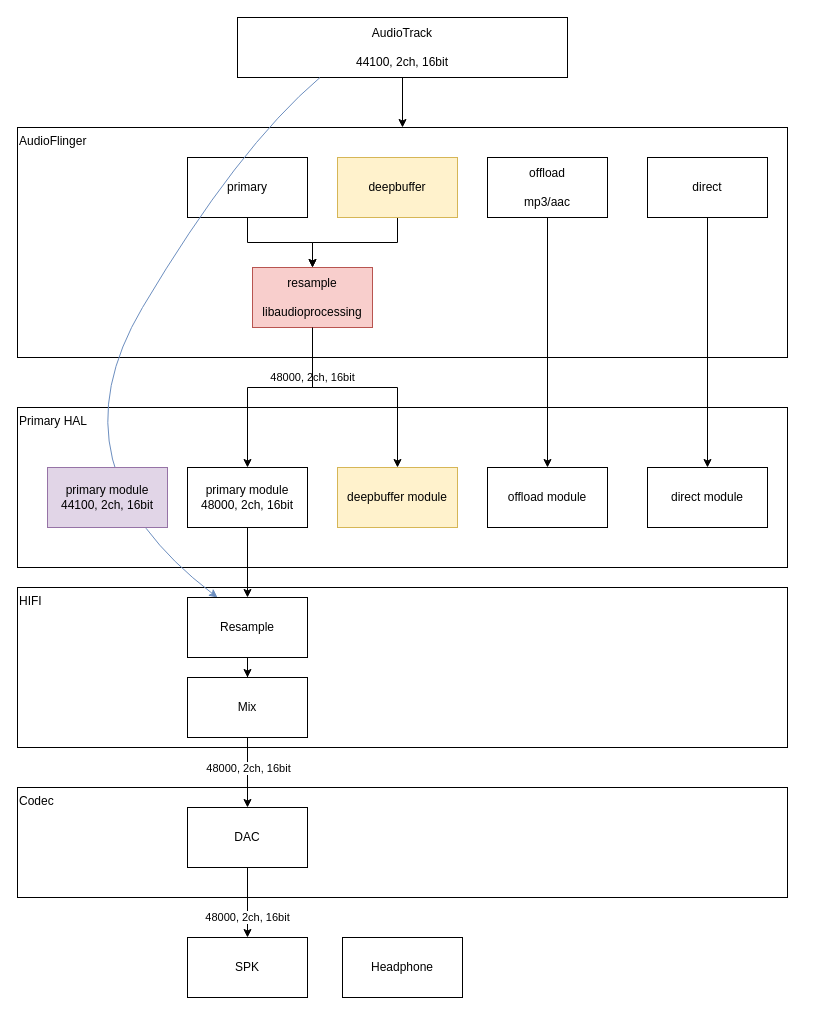
Earlier version of the draw.io diagram page "audio_resample" (2 of 3) of design.drawio (ccfriend/av_lab). Source tidied: cells renumbered, new cells numbered last; positions are measured from the earlier drawing's top-left corner, leaving out a move shared by most shapes. Both pictures are drawn from the tidied source at 100%, with x=0, y=0 at pixel (17, 17).
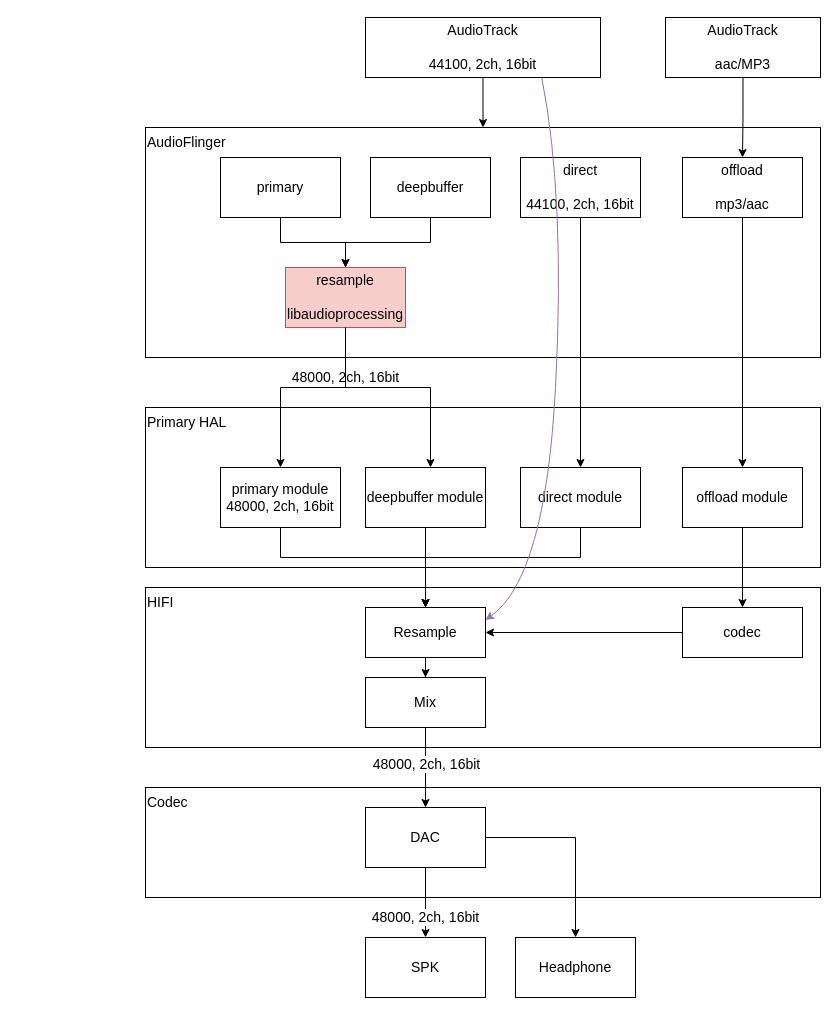
After the change.

The edit, as a diff of the source:
```diff
@@
-    <mxCell id="2" value="Codec" style="rounded=0;whiteSpace=wrap;html=1;align=left;verticalAlign=top;" parent="1" vertex="1">
-      <mxGeometry y="770" width="770" height="110" as="geometry" />
+    <mxCell id="2" value="Codec" style="rounded=0;whiteSpace=wrap;html=1;align=left;verticalAlign=top;fontSize=14;" parent="1" vertex="1">
+      <mxGeometry x="128" y="770" width="675" height="110" as="geometry" />
     </mxCell>
-    <mxCell id="3" value="HIFI" style="rounded=0;whiteSpace=wrap;html=1;align=left;verticalAlign=top;" parent="1" vertex="1">
-      <mxGeometry y="570" width="770" height="160" as="geometry" />
+    <mxCell id="3" value="HIFI" style="rounded=0;whiteSpace=wrap;html=1;align=left;verticalAlign=top;fontSize=14;" parent="1" vertex="1">
+      <mxGeometry x="128" y="570" width="675" height="160" as="geometry" />
     </mxCell>
-    <mxCell id="4" value="Primary HAL" style="rounded=0;whiteSpace=wrap;html=1;align=left;verticalAlign=top;" parent="1" vertex="1">
-      <mxGeometry y="390" width="770" height="160" as="geometry" />
+    <mxCell id="4" value="Primary HAL" style="rounded=0;whiteSpace=wrap;html=1;align=left;verticalAlign=top;fontSize=14;" parent="1" vertex="1">
+      <mxGeometry x="128" y="390" width="675" height="160" as="geometry" />
     </mxCell>
-    <mxCell id="5" value="AudioFlinger" style="rounded=0;whiteSpace=wrap;html=1;align=left;verticalAlign=top;" parent="1" vertex="1">
-      <mxGeometry y="110" width="770" height="230" as="geometry" />
+    <mxCell id="5" value="AudioFlinger" style="rounded=0;whiteSpace=wrap;html=1;align=left;verticalAlign=top;fontSize=14;" parent="1" vertex="1">
+      <mxGeometry x="128" y="110" width="675" height="230" as="geometry" />
     </mxCell>
-    <mxCell id="6" style="edgeStyle=orthogonalEdgeStyle;rounded=0;jettySize=auto;html=1;" parent="1" edge="1" source="7" target="19">
+    <mxCell id="6" style="edgeStyle=orthogonalEdgeStyle;rounded=0;jettySize=auto;html=1;fontSize=14;" parent="1" edge="1" source="7" target="19">
       <mxGeometry relative="1" as="geometry" />
     </mxCell>
-    <mxCell id="7" value="primary" style="rounded=0;whiteSpace=wrap;html=1;" parent="1" vertex="1">
-      <mxGeometry x="170" y="140" width="120" height="60" as="geometry" />
+    <mxCell id="7" value="primary" style="rounded=0;whiteSpace=wrap;html=1;fontSize=14;" parent="1" vertex="1">
+      <mxGeometry x="203" y="140" width="120" height="60" as="geometry" />
     </mxCell>
-    <mxCell id="8" style="edgeStyle=orthogonalEdgeStyle;rounded=0;jettySize=auto;html=1;entryX=0.5;entryY=0;entryDx=0;entryDy=0;" parent="1" edge="1" source="9" target="19">
+    <mxCell id="8" style="edgeStyle=orthogonalEdgeStyle;rounded=0;jettySize=auto;html=1;entryX=0.5;entryY=0;entryDx=0;entryDy=0;fontSize=14;" parent="1" edge="1" source="9" target="19">
       <mxGeometry relative="1" as="geometry" />
     </mxCell>
-    <mxCell id="9" value="deepbuffer" style="rounded=0;whiteSpace=wrap;html=1;fillColor=#fff2cc;strokeColor=#d6b656;" parent="1" vertex="1">
-      <mxGeometry x="320" y="140" width="120" height="60" as="geometry" />
+    <mxCell id="9" value="deepbuffer" style="rounded=0;whiteSpace=wrap;html=1;fontSize=14;" parent="1" vertex="1">
+      <mxGeometry x="353" y="140" width="120" height="60" as="geometry" />
     </mxCell>
-    <mxCell id="10" style="edgeStyle=orthogonalEdgeStyle;rounded=0;jettySize=auto;html=1;" parent="1" edge="1" source="11" target="17">
+    <mxCell id="10" style="edgeStyle=orthogonalEdgeStyle;rounded=0;jettySize=auto;html=1;fontSize=14;" parent="1" edge="1" source="11" target="17">
       <mxGeometry relative="1" as="geometry" />
     </mxCell>
-    <mxCell id="11" value="offload&lt;br&gt;&lt;br&gt;&lt;span&gt;mp3/aac&lt;/span&gt;" style="rounded=0;whiteSpace=wrap;html=1;" parent="1" vertex="1">
-      <mxGeometry x="470" y="140" width="120" height="60" as="geometry" />
+    <mxCell id="11" value="direct&lt;br&gt;&lt;br&gt;44100, 2ch, 16bit" style="rounded=0;whiteSpace=wrap;html=1;fontSize=14;" parent="1" vertex="1">
+      <mxGeometry x="503" y="140" width="120" height="60" as="geometry" />
     </mxCell>
-    <mxCell id="12" style="edgeStyle=orthogonalEdgeStyle;rounded=0;jettySize=auto;html=1;" parent="1" edge="1" source="13" target="23">
+    <mxCell id="12" style="edgeStyle=orthogonalEdgeStyle;rounded=0;jettySize=auto;html=1;fontSize=14;" parent="1" edge="1" source="13" target="23">
       <mxGeometry relative="1" as="geometry" />
     </mxCell>
-    <mxCell id="13" value="direct" style="rounded=0;whiteSpace=wrap;html=1;" parent="1" vertex="1">
-      <mxGeometry x="630" y="140" width="120" height="60" as="geometry" />
+    <mxCell id="13" value="offload&lt;br style=&quot;font-size: 14px;&quot;&gt;&lt;br style=&quot;font-size: 14px;&quot;&gt;mp3/aac" style="rounded=0;whiteSpace=wrap;html=1;fontSize=14;" parent="1" vertex="1">
+      <mxGeometry x="665" y="140" width="120" height="60" as="geometry" />
     </mxCell>
-    <mxCell id="14" style="edgeStyle=orthogonalEdgeStyle;rounded=0;jettySize=auto;html=1;" parent="1" edge="1" source="15" target="5">
+    <mxCell id="14" style="edgeStyle=orthogonalEdgeStyle;rounded=0;jettySize=auto;html=1;fontSize=14;entryX=0.5;entryY=0;entryDx=0;entryDy=0;" parent="1" edge="1" source="15" target="5">
       <mxGeometry relative="1" as="geometry" />
     </mxCell>
-    <mxCell id="15" value="AudioTrack&lt;br&gt;&lt;br&gt;&lt;span&gt;44100, 2ch, 16bit&lt;/span&gt;" style="rounded=0;whiteSpace=wrap;html=1;" parent="1" vertex="1">
-      <mxGeometry x="220" width="330" height="60" as="geometry" />
+    <mxCell id="15" value="AudioTrack&lt;br style=&quot;font-size: 14px;&quot;&gt;&lt;br style=&quot;font-size: 14px;&quot;&gt;&lt;span style=&quot;font-size: 14px;&quot;&gt;44100, 2ch, 16bit&lt;/span&gt;" style="rounded=0;whiteSpace=wrap;html=1;fontSize=14;" parent="1" vertex="1">
+      <mxGeometry x="348" width="235" height="60" as="geometry" />
     </mxCell>
+    <mxCell id="35" style="edgeStyle=orthogonalEdgeStyle;rounded=0;jettySize=auto;html=1;entryX=0.5;entryY=0;entryDx=0;entryDy=0;fontSize=14;" parent="1" edge="1" source="16" target="29">
+      <mxGeometry relative="1" as="geometry" />
+    </mxCell>
-    <mxCell id="16" value="deepbuffer module" style="rounded=0;whiteSpace=wrap;html=1;fillColor=#fff2cc;strokeColor=#d6b656;" parent="1" vertex="1">
-      <mxGeometry x="320" y="450" width="120" height="60" as="geometry" />
+    <mxCell id="16" value="deepbuffer module" style="rounded=0;whiteSpace=wrap;html=1;fontSize=14;" parent="1" vertex="1">
+      <mxGeometry x="348" y="450" width="120" height="60" as="geometry" />
     </mxCell>
+    <mxCell id="36" style="edgeStyle=orthogonalEdgeStyle;rounded=0;jettySize=auto;html=1;fontSize=14;" parent="1" edge="1" source="17" target="29">
+      <mxGeometry relative="1" as="geometry">
+        <Array as="points">
+          <mxPoint x="563" y="540" />
+          <mxPoint x="408" y="540" />
+        </Array>
+      </mxGeometry>
+    </mxCell>
-    <mxCell id="17" value="offload module" style="rounded=0;whiteSpace=wrap;html=1;" parent="1" vertex="1">
-      <mxGeometry x="470" y="450" width="120" height="60" as="geometry" />
+    <mxCell id="17" value="&lt;span&gt;direct module&lt;/span&gt;" style="rounded=0;whiteSpace=wrap;html=1;fontSize=14;" parent="1" vertex="1">
+      <mxGeometry x="503" y="450" width="120" height="60" as="geometry" />
     </mxCell>
-    <mxCell id="18" value="48000, 2ch, 16bit" style="edgeStyle=orthogonalEdgeStyle;rounded=0;jettySize=auto;html=1;" parent="1" edge="1" source="19" target="21">
+    <mxCell id="18" value="48000, 2ch, 16bit" style="edgeStyle=orthogonalEdgeStyle;rounded=0;jettySize=auto;html=1;fontSize=14;" parent="1" edge="1" source="19" target="21">
       <mxGeometry x="-0.51" relative="1" as="geometry">
         <Array as="points">
-          <mxPoint x="295" y="370" />
-          <mxPoint x="230" y="370" />
+          <mxPoint x="328" y="370" />
+          <mxPoint x="263" y="370" />
         </Array>
       </mxGeometry>
     </mxCell>
-    <mxCell id="19" value="resample&lt;br&gt;&lt;br&gt;libaudioprocessing" style="rounded=0;whiteSpace=wrap;html=1;fillColor=#f8cecc;strokeColor=#b85450;" parent="1" vertex="1">
-      <mxGeometry x="235" y="250" width="120" height="60" as="geometry" />
+    <mxCell id="19" value="resample&lt;br style=&quot;font-size: 14px;&quot;&gt;&lt;br style=&quot;font-size: 14px;&quot;&gt;libaudioprocessing" style="rounded=0;whiteSpace=wrap;html=1;fillColor=#f8cecc;strokeColor=#b85450;fontSize=14;" parent="1" vertex="1">
+      <mxGeometry x="268" y="250" width="120" height="60" as="geometry" />
     </mxCell>
-    <mxCell id="20" style="edgeStyle=orthogonalEdgeStyle;rounded=0;jettySize=auto;html=1;entryX=0.5;entryY=0;entryDx=0;entryDy=0;" parent="1" edge="1" source="21" target="29">
-      <mxGeometry relative="1" as="geometry" />
+    <mxCell id="20" style="edgeStyle=orthogonalEdgeStyle;rounded=0;jettySize=auto;html=1;entryX=0.5;entryY=0;entryDx=0;entryDy=0;fontSize=14;exitX=0.5;exitY=1;exitDx=0;exitDy=0;" parent="1" edge="1" source="21" target="29">
+      <mxGeometry relative="1" as="geometry">
+        <Array as="points">
+          <mxPoint x="263" y="540" />
+          <mxPoint x="408" y="540" />
+        </Array>
+      </mxGeometry>
     </mxCell>
-    <mxCell id="21" value="primary module&lt;br&gt;48000, 2ch, 16bit" style="rounded=0;whiteSpace=wrap;html=1;" parent="1" vertex="1">
-      <mxGeometry x="170" y="450" width="120" height="60" as="geometry" />
+    <mxCell id="21" value="primary module&lt;br style=&quot;font-size: 14px;&quot;&gt;48000, 2ch, 16bit" style="rounded=0;whiteSpace=wrap;html=1;fontSize=14;" parent="1" vertex="1">
+      <mxGeometry x="203" y="450" width="120" height="60" as="geometry" />
     </mxCell>
-    <mxCell id="22" style="edgeStyle=orthogonalEdgeStyle;rounded=0;jettySize=auto;html=1;exitX=0.5;exitY=1;exitDx=0;exitDy=0;" parent="1" edge="1" source="19" target="16">
+    <mxCell id="22" style="edgeStyle=orthogonalEdgeStyle;rounded=0;jettySize=auto;html=1;exitX=0.5;exitY=1;exitDx=0;exitDy=0;fontSize=14;" parent="1" edge="1" source="19" target="16">
       <mxGeometry relative="1" as="geometry">
         <Array as="points">
-          <mxPoint x="295" y="370" />
-          <mxPoint x="380" y="370" />
+          <mxPoint x="328" y="370" />
+          <mxPoint x="413" y="370" />
         </Array>
       </mxGeometry>
     </mxCell>
+    <mxCell id="37" style="edgeStyle=orthogonalEdgeStyle;rounded=0;jettySize=auto;html=1;fontSize=14;" parent="1" edge="1" source="23" target="42">
+      <mxGeometry relative="1" as="geometry" />
+    </mxCell>
-    <mxCell id="23" value="direct module" style="rounded=0;whiteSpace=wrap;html=1;" parent="1" vertex="1">
-      <mxGeometry x="630" y="450" width="120" height="60" as="geometry" />
+    <mxCell id="23" value="offload module" style="rounded=0;whiteSpace=wrap;html=1;fontSize=14;" parent="1" vertex="1">
+      <mxGeometry x="665" y="450" width="120" height="60" as="geometry" />
     </mxCell>
-    <mxCell id="24" style="curved=1;endArrow=classic;html=1;rounded=0;exitX=0.25;exitY=1;exitDx=0;exitDy=0;entryX=0.25;entryY=0;entryDx=0;entryDy=0;fillColor=#dae8fc;strokeColor=#6c8ebf;" parent="1" edge="1" source="15" target="29">
-      <mxGeometry relative="1" as="geometry">
-        <Array as="points">
-          <mxPoint x="220" y="130" />
-          <mxPoint x="30" y="450" />
-        </Array>
-      </mxGeometry>
-    </mxCell>
-    <mxCell id="25" value="primary module&lt;br&gt;44100, 2ch, 16bit" style="rounded=0;whiteSpace=wrap;html=1;fillColor=#e1d5e7;strokeColor=#9673a6;" parent="1" vertex="1">
-      <mxGeometry x="30" y="450" width="120" height="60" as="geometry" />
-    </mxCell>
-    <mxCell id="26" style="edgeStyle=orthogonalEdgeStyle;rounded=0;jettySize=auto;html=1;exitX=0.5;exitY=1;exitDx=0;exitDy=0;" parent="1" edge="1" source="34" target="32">
+    <mxCell id="26" style="edgeStyle=orthogonalEdgeStyle;rounded=0;jettySize=auto;html=1;exitX=0.5;exitY=1;exitDx=0;exitDy=0;fontSize=14;" parent="1" edge="1" source="34" target="32">
       <mxGeometry relative="1" as="geometry" />
     </mxCell>
-    <mxCell id="27" value="&lt;span style=&quot;font-family: &amp;#34;helvetica&amp;#34;&quot;&gt;48000, 2ch, 16bit&lt;/span&gt;" style="edgeLabel;html=1;align=center;verticalAlign=middle;" parent="26" vertex="1">
+    <mxCell id="27" value="&lt;span style=&quot;font-family: helvetica; font-size: 14px;&quot;&gt;48000, 2ch, 16bit&lt;/span&gt;" style="edgeLabel;html=1;align=center;verticalAlign=middle;fontSize=14;" parent="26" vertex="1">
       <mxGeometry x="0.22" y="2" relative="1" as="geometry">
         <mxPoint x="-2" y="-13" as="offset" />
       </mxGeometry>
     </mxCell>
-    <mxCell id="28" style="edgeStyle=orthogonalEdgeStyle;rounded=0;jettySize=auto;html=1;" parent="1" edge="1" source="29" target="34">
+    <mxCell id="28" style="edgeStyle=orthogonalEdgeStyle;rounded=0;jettySize=auto;html=1;fontSize=14;" parent="1" edge="1" source="29" target="34">
       <mxGeometry relative="1" as="geometry" />
     </mxCell>
-    <mxCell id="29" value="Resample" style="rounded=0;whiteSpace=wrap;html=1;" parent="1" vertex="1">
-      <mxGeometry x="170" y="580" width="120" height="60" as="geometry" />
+    <mxCell id="29" value="Resample" style="rounded=0;whiteSpace=wrap;html=1;fontSize=14;" parent="1" vertex="1">
+      <mxGeometry x="348" y="590" width="120" height="50" as="geometry" />
     </mxCell>
-    <mxCell id="30" value="SPK" style="rounded=0;whiteSpace=wrap;html=1;" parent="1" vertex="1">
-      <mxGeometry x="170" y="920" width="120" height="60" as="geometry" />
+    <mxCell id="30" value="SPK" style="rounded=0;whiteSpace=wrap;html=1;fontSize=14;" parent="1" vertex="1">
+      <mxGeometry x="348" y="920" width="120" height="60" as="geometry" />
     </mxCell>
-    <mxCell id="31" value="Headphone" style="rounded=0;whiteSpace=wrap;html=1;" parent="1" vertex="1">
-      <mxGeometry x="325" y="920" width="120" height="60" as="geometry" />
+    <mxCell id="31" value="Headphone" style="rounded=0;whiteSpace=wrap;html=1;fontSize=14;" parent="1" vertex="1">
+      <mxGeometry x="498" y="920" width="120" height="60" as="geometry" />
     </mxCell>
+    <mxCell id="38" style="edgeStyle=orthogonalEdgeStyle;rounded=0;jettySize=auto;html=1;fontSize=14;" parent="1" edge="1" source="32" target="31">
+      <mxGeometry relative="1" as="geometry" />
+    </mxCell>
-    <mxCell id="32" value="DAC" style="rounded=0;whiteSpace=wrap;html=1;" parent="1" vertex="1">
-      <mxGeometry x="170" y="790" width="120" height="60" as="geometry" />
+    <mxCell id="32" value="DAC" style="rounded=0;whiteSpace=wrap;html=1;fontSize=14;" parent="1" vertex="1">
+      <mxGeometry x="348" y="790" width="120" height="60" as="geometry" />
     </mxCell>
-    <mxCell id="33" value="&lt;span style=&quot;color: rgb(0 , 0 , 0) ; font-family: &amp;#34;helvetica&amp;#34; ; font-size: 11px ; font-style: normal ; font-weight: 400 ; letter-spacing: normal ; text-align: center ; text-indent: 0px ; text-transform: none ; word-spacing: 0px ; background-color: rgb(255 , 255 , 255) ; display: inline ; float: none&quot;&gt;48000, 2ch, 16bit&lt;/span&gt;" style="edgeStyle=orthogonalEdgeStyle;rounded=0;jettySize=auto;html=1;entryX=0.5;entryY=0;entryDx=0;entryDy=0;" parent="1" edge="1" source="32" target="30">
+    <mxCell id="33" value="&lt;span style=&quot;color: rgb(0, 0, 0); font-family: helvetica; font-size: 14px; font-style: normal; font-weight: 400; letter-spacing: normal; text-align: center; text-indent: 0px; text-transform: none; word-spacing: 0px; background-color: rgb(255, 255, 255); display: inline; float: none;&quot;&gt;48000, 2ch, 16bit&lt;/span&gt;" style="edgeStyle=orthogonalEdgeStyle;rounded=0;jettySize=auto;html=1;entryX=0.5;entryY=0;entryDx=0;entryDy=0;fontSize=14;" parent="1" edge="1" source="32" target="30">
       <mxGeometry x="0.43" relative="1" as="geometry" />
     </mxCell>
-    <mxCell id="34" value="Mix" style="rounded=0;whiteSpace=wrap;html=1;" parent="1" vertex="1">
-      <mxGeometry x="170" y="660" width="120" height="60" as="geometry" />
+    <mxCell id="34" value="Mix" style="rounded=0;whiteSpace=wrap;html=1;fontSize=14;" parent="1" vertex="1">
+      <mxGeometry x="348" y="660" width="120" height="50" as="geometry" />
     </mxCell>
+    <mxCell id="24" style="curved=1;endArrow=classic;html=1;rounded=0;fontSize=14;exitX=0.75;exitY=1;exitDx=0;exitDy=0;entryX=1;entryY=0.25;entryDx=0;entryDy=0;fillColor=#e1d5e7;strokeColor=#9673a6;" parent="1" edge="1" source="15" target="29">
+      <mxGeometry relative="1" as="geometry">
+        <Array as="points">
+          <mxPoint x="548" y="180" />
+          <mxPoint x="528" y="560" />
+        </Array>
+      </mxGeometry>
+    </mxCell>
+    <mxCell id="39" style="edgeStyle=orthogonalEdgeStyle;rounded=0;jettySize=auto;html=1;fontSize=14;" parent="1" edge="1" source="40" target="13">
+      <mxGeometry relative="1" as="geometry" />
+    </mxCell>
+    <mxCell id="40" value="AudioTrack&lt;br style=&quot;font-size: 14px&quot;&gt;&lt;br style=&quot;font-size: 14px&quot;&gt;&lt;span style=&quot;font-size: 14px&quot;&gt;aac/MP3&lt;/span&gt;" style="rounded=0;whiteSpace=wrap;html=1;fontSize=14;" parent="1" vertex="1">
+      <mxGeometry x="648" width="155" height="60" as="geometry" />
+    </mxCell>
+    <mxCell id="41" style="edgeStyle=orthogonalEdgeStyle;rounded=0;jettySize=auto;html=1;entryX=1;entryY=0.5;entryDx=0;entryDy=0;fontSize=14;" parent="1" edge="1" source="42" target="29">
+      <mxGeometry relative="1" as="geometry" />
+    </mxCell>
+    <mxCell id="42" value="codec" style="rounded=0;whiteSpace=wrap;html=1;fontSize=14;" parent="1" vertex="1">
+      <mxGeometry x="665" y="590" width="120" height="50" as="geometry" />
+    </mxCell>
```
